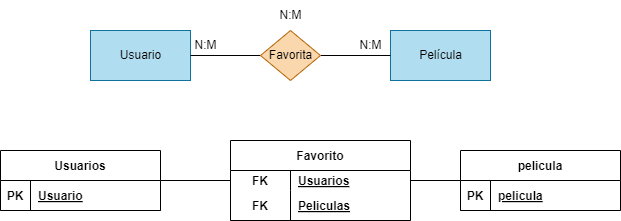
Before: BAE/Tareas/Unidad2/Images/Ejercicio7.drawio.png, a diagram exported from draw.io (ResetMeNow/DAW). Source tidied: cells renumbered, new cells last; positions are measured from the earlier drawing's top-left corner, leaving out a move shared by most shapes.
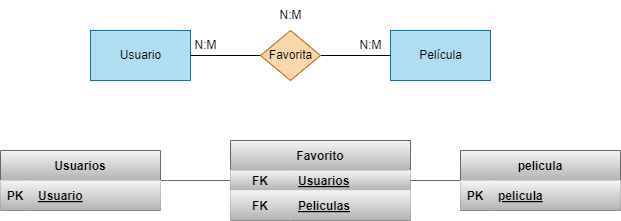
Above is the later version.

What changed in the source:
```diff
@@ -26,55 +26,55 @@
     <mxCell id="9" value="N:M" style="text;html=1;align=center;verticalAlign=middle;strokeColor=none;fillColor=none;" parent="1" vertex="1">
       <mxGeometry x="265" width="50" height="30" as="geometry" />
     </mxCell>
-    <mxCell id="10" style="edgeStyle=none;html=1;entryX=0;entryY=0.5;entryDx=0;entryDy=0;endArrow=none;endFill=0;" parent="1" edge="1" source="11" target="16">
+    <mxCell id="10" style="edgeStyle=none;html=1;entryX=0;entryY=0.5;entryDx=0;entryDy=0;endArrow=none;endFill=0;fillColor=#f5f5f5;gradientColor=#b3b3b3;strokeColor=#666666;" parent="1" edge="1" source="11" target="16">
       <mxGeometry relative="1" as="geometry" />
     </mxCell>
-    <mxCell id="11" value="Usuarios" style="shape=table;startSize=30;rowLines=0;fontStyle=1;align=center;" parent="1" vertex="1">
+    <mxCell id="11" value="Usuarios" style="shape=table;startSize=30;rowLines=0;fontStyle=1;align=center;fillColor=#f5f5f5;gradientColor=#b3b3b3;strokeColor=#666666;" parent="1" vertex="1">
       <mxGeometry y="150" width="160" height="60" as="geometry" />
     </mxCell>
-    <mxCell id="12" style="shape=tableRow;horizontal=0;startSize=0;swimlaneHead=0;swimlaneBody=0;fillColor=none;top=0;left=0;right=0;bottom=1;" parent="11" vertex="1">
+    <mxCell id="12" style="shape=tableRow;horizontal=0;startSize=0;swimlaneHead=0;swimlaneBody=0;fillColor=#f5f5f5;top=0;left=0;right=0;bottom=1;gradientColor=#b3b3b3;strokeColor=#666666;" parent="11" vertex="1">
       <mxGeometry y="30" width="160" height="30" as="geometry" />
     </mxCell>
-    <mxCell id="13" value="PK" style="shape=partialRectangle;fillColor=none;top=0;left=0;bottom=0;right=0;fontStyle=1;overflow=hidden;" parent="12" vertex="1">
+    <mxCell id="13" value="PK" style="shape=partialRectangle;fillColor=#f5f5f5;top=0;left=0;bottom=0;right=0;fontStyle=1;overflow=hidden;gradientColor=#b3b3b3;strokeColor=#666666;" parent="12" vertex="1">
       <mxGeometry width="30" height="30" as="geometry" />
     </mxCell>
-    <mxCell id="14" value="Usuario" style="shape=partialRectangle;fillColor=none;top=0;left=0;bottom=0;right=0;align=left;spacingLeft=6;fontStyle=5;overflow=hidden;" parent="12" vertex="1">
+    <mxCell id="14" value="Usuario" style="shape=partialRectangle;fillColor=#f5f5f5;top=0;left=0;bottom=0;right=0;align=left;spacingLeft=6;fontStyle=5;overflow=hidden;gradientColor=#b3b3b3;strokeColor=#666666;" parent="12" vertex="1">
       <mxGeometry x="30" width="130" height="30" as="geometry" />
     </mxCell>
-    <mxCell id="15" value="Favorito" style="shape=table;startSize=30;rowLines=0;fontStyle=1;align=center;" parent="1" vertex="1">
+    <mxCell id="15" value="Favorito" style="shape=table;startSize=30;rowLines=0;fontStyle=1;align=center;fillColor=#f5f5f5;gradientColor=#b3b3b3;strokeColor=#666666;" parent="1" vertex="1">
       <mxGeometry x="230" y="140" width="180" height="80" as="geometry" />
     </mxCell>
-    <mxCell id="16" style="shape=tableRow;horizontal=0;startSize=0;swimlaneHead=0;swimlaneBody=0;fillColor=none;points=[[0,0.5],[1,0.5]];portConstraint=eastwest;top=0;left=0;right=0;bottom=0;" parent="15" vertex="1">
+    <mxCell id="16" style="shape=tableRow;horizontal=0;startSize=0;swimlaneHead=0;swimlaneBody=0;fillColor=#f5f5f5;points=[[0,0.5],[1,0.5]];portConstraint=eastwest;top=0;left=0;right=0;bottom=0;gradientColor=#b3b3b3;strokeColor=#666666;" parent="15" vertex="1">
       <mxGeometry y="30" width="180" height="20" as="geometry" />
     </mxCell>
-    <mxCell id="17" value="FK" style="shape=partialRectangle;fillColor=none;top=0;left=0;bottom=0;right=0;fontStyle=1;overflow=hidden;" parent="16" vertex="1">
+    <mxCell id="17" value="FK" style="shape=partialRectangle;fillColor=#f5f5f5;top=0;left=0;bottom=0;right=0;fontStyle=1;overflow=hidden;gradientColor=#b3b3b3;strokeColor=#666666;" parent="16" vertex="1">
       <mxGeometry width="60" height="20" as="geometry" />
     </mxCell>
-    <mxCell id="18" value="Usuarios" style="shape=partialRectangle;fillColor=none;top=0;left=0;bottom=0;right=0;align=left;spacingLeft=6;fontStyle=5;overflow=hidden;" parent="16" vertex="1">
+    <mxCell id="18" value="Usuarios" style="shape=partialRectangle;fillColor=#f5f5f5;top=0;left=0;bottom=0;right=0;align=left;spacingLeft=6;fontStyle=5;overflow=hidden;gradientColor=#b3b3b3;strokeColor=#666666;" parent="16" vertex="1">
       <mxGeometry x="60" width="120" height="20" as="geometry" />
     </mxCell>
-    <mxCell id="19" style="shape=tableRow;horizontal=0;startSize=0;swimlaneHead=0;swimlaneBody=0;fillColor=none;top=0;left=0;right=0;bottom=1;" parent="15" vertex="1">
+    <mxCell id="19" style="shape=tableRow;horizontal=0;startSize=0;swimlaneHead=0;swimlaneBody=0;fillColor=#f5f5f5;top=0;left=0;right=0;bottom=1;gradientColor=#b3b3b3;strokeColor=#666666;" parent="15" vertex="1">
       <mxGeometry y="50" width="180" height="30" as="geometry" />
     </mxCell>
-    <mxCell id="20" value="FK" style="shape=partialRectangle;fillColor=none;top=0;left=0;bottom=0;right=0;fontStyle=1;overflow=hidden;" parent="19" vertex="1">
+    <mxCell id="20" value="FK" style="shape=partialRectangle;fillColor=#f5f5f5;top=0;left=0;bottom=0;right=0;fontStyle=1;overflow=hidden;gradientColor=#b3b3b3;strokeColor=#666666;" parent="19" vertex="1">
       <mxGeometry width="60" height="30" as="geometry" />
     </mxCell>
-    <mxCell id="21" value="Peliculas" style="shape=partialRectangle;fillColor=none;top=0;left=0;bottom=0;right=0;align=left;spacingLeft=6;fontStyle=5;overflow=hidden;" parent="19" vertex="1">
+    <mxCell id="21" value="Peliculas" style="shape=partialRectangle;fillColor=#f5f5f5;top=0;left=0;bottom=0;right=0;align=left;spacingLeft=6;fontStyle=5;overflow=hidden;gradientColor=#b3b3b3;strokeColor=#666666;" parent="19" vertex="1">
       <mxGeometry x="60" width="120" height="30" as="geometry" />
     </mxCell>
-    <mxCell id="22" style="edgeStyle=none;html=1;entryX=1;entryY=0.5;entryDx=0;entryDy=0;endArrow=none;endFill=0;" parent="1" edge="1" source="23" target="16">
+    <mxCell id="22" style="edgeStyle=none;html=1;entryX=1;entryY=0.5;entryDx=0;entryDy=0;endArrow=none;endFill=0;fillColor=#f5f5f5;gradientColor=#b3b3b3;strokeColor=#666666;" parent="1" edge="1" source="23" target="16">
       <mxGeometry relative="1" as="geometry" />
     </mxCell>
-    <mxCell id="23" value="pelicula" style="shape=table;startSize=30;rowLines=0;fontStyle=1;align=center;" parent="1" vertex="1">
+    <mxCell id="23" value="pelicula" style="shape=table;startSize=30;rowLines=0;fontStyle=1;align=center;fillColor=#f5f5f5;gradientColor=#b3b3b3;strokeColor=#666666;" parent="1" vertex="1">
       <mxGeometry x="460" y="150" width="160" height="60" as="geometry" />
     </mxCell>
-    <mxCell id="24" style="shape=tableRow;horizontal=0;startSize=0;swimlaneHead=0;swimlaneBody=0;fillColor=none;top=0;left=0;right=0;bottom=1;" parent="23" vertex="1">
+    <mxCell id="24" style="shape=tableRow;horizontal=0;startSize=0;swimlaneHead=0;swimlaneBody=0;fillColor=#f5f5f5;top=0;left=0;right=0;bottom=1;gradientColor=#b3b3b3;strokeColor=#666666;" parent="23" vertex="1">
       <mxGeometry y="30" width="160" height="30" as="geometry" />
     </mxCell>
-    <mxCell id="25" value="PK" style="shape=partialRectangle;fillColor=none;top=0;left=0;bottom=0;right=0;fontStyle=1;overflow=hidden;" parent="24" vertex="1">
+    <mxCell id="25" value="PK" style="shape=partialRectangle;fillColor=#f5f5f5;top=0;left=0;bottom=0;right=0;fontStyle=1;overflow=hidden;gradientColor=#b3b3b3;strokeColor=#666666;" parent="24" vertex="1">
       <mxGeometry width="30" height="30" as="geometry" />
     </mxCell>
-    <mxCell id="26" value="pelicula" style="shape=partialRectangle;fillColor=none;top=0;left=0;bottom=0;right=0;align=left;spacingLeft=6;fontStyle=5;overflow=hidden;" parent="24" vertex="1">
+    <mxCell id="26" value="pelicula" style="shape=partialRectangle;fillColor=#f5f5f5;top=0;left=0;bottom=0;right=0;align=left;spacingLeft=6;fontStyle=5;overflow=hidden;gradientColor=#b3b3b3;strokeColor=#666666;" parent="24" vertex="1">
       <mxGeometry x="30" width="130" height="30" as="geometry" />
     </mxCell>
   </root>
```
